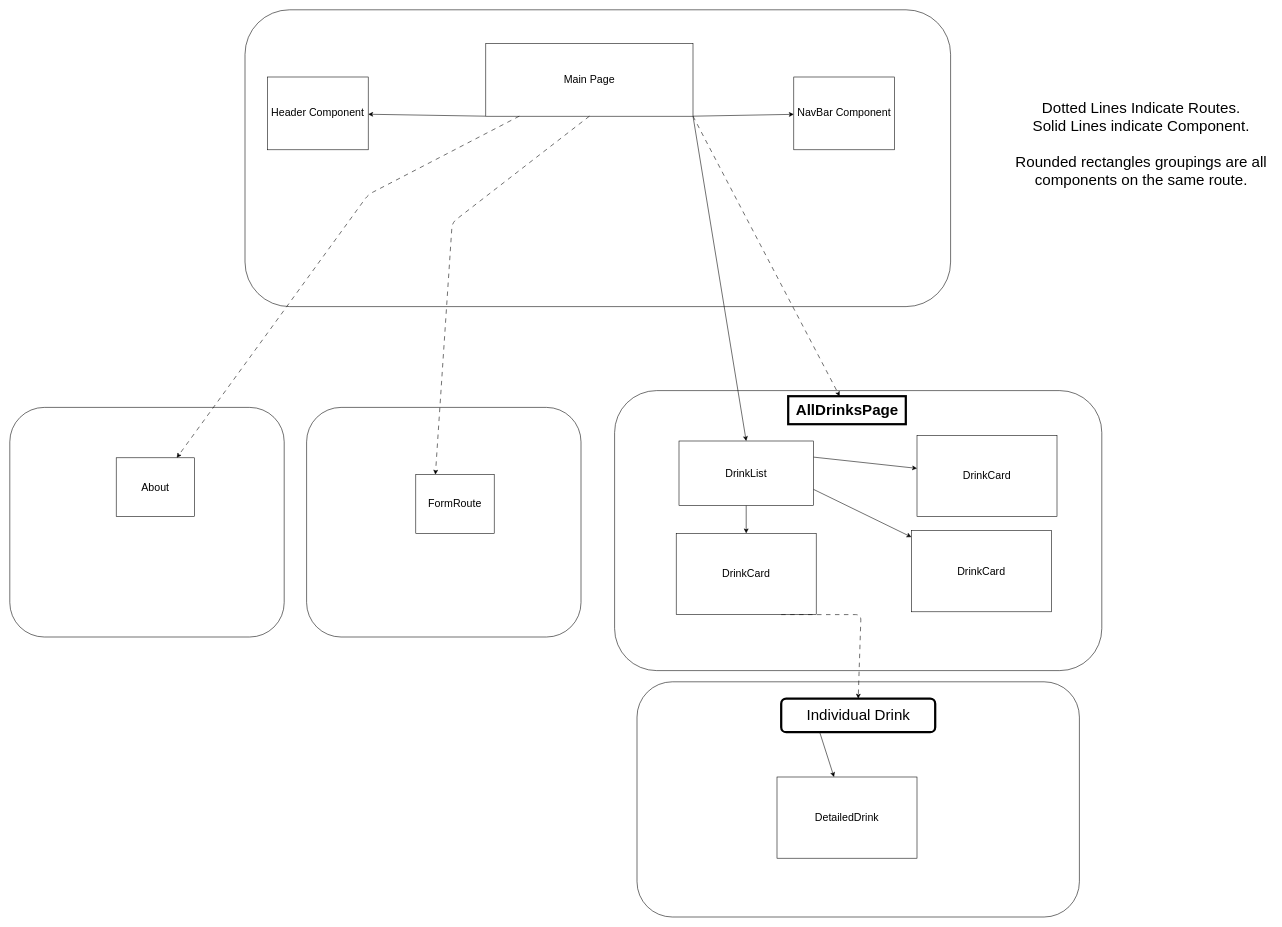
Earlier version of the draw.io diagram planning/tree.drawio (scmh001/react-hooks-phase-2-project). Source tidied: cells renumbered, new cells numbered last; positions are measured from the earlier drawing's top-left corner, leaving out a move shared by most shapes. Both pictures are drawn from the tidied source at 56%, with x=0, y=0 at pixel (10, 10).
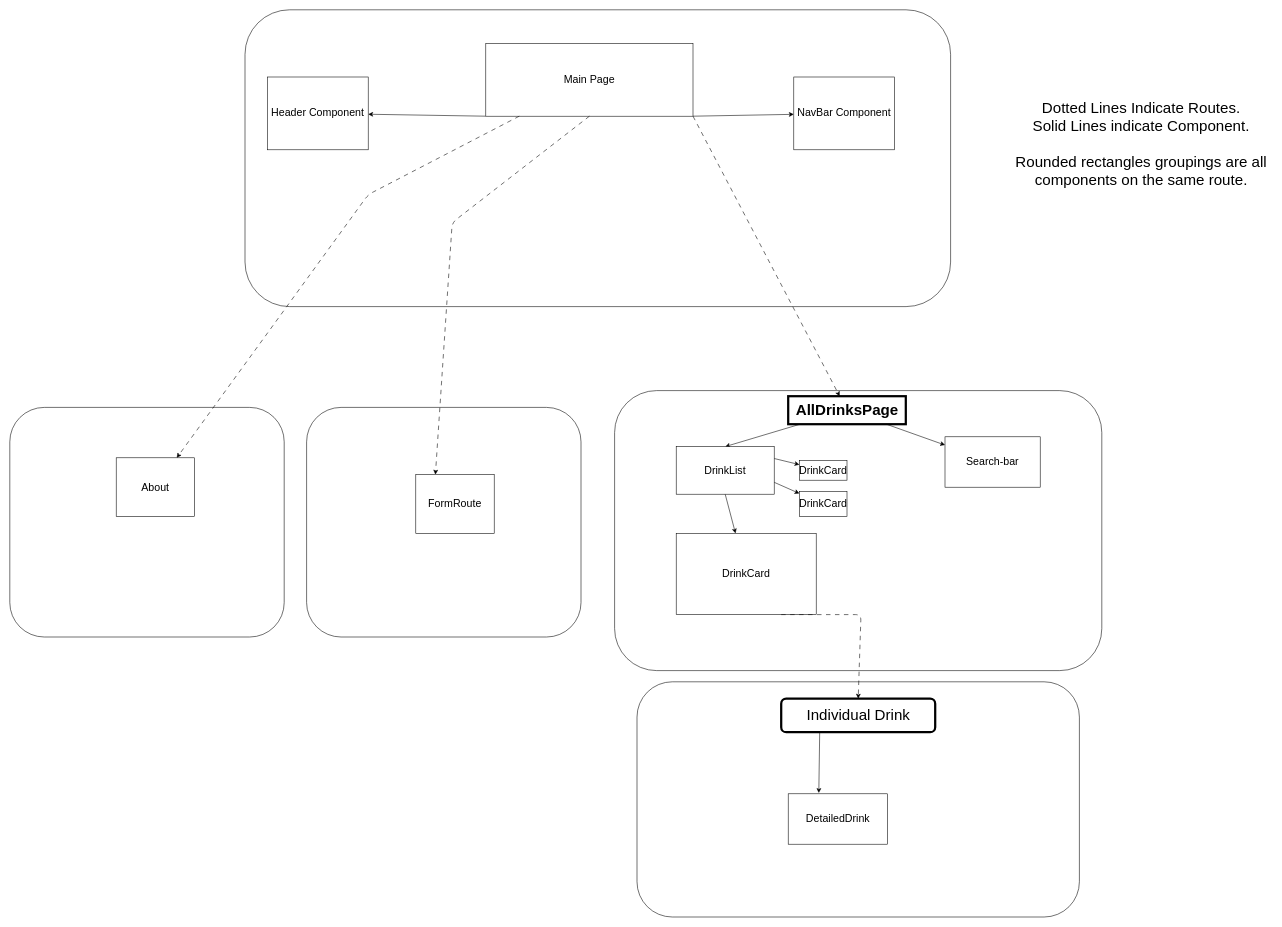
The same page after the edit.

The change refers to these unchanged cells:
```xml
<mxCell id="9" value="Main Page" style="whiteSpace=wrap;html=1;fontSize=19;" parent="1" vertex="1">
  <mxGeometry x="850" y="60" width="370" height="130" as="geometry" />
</mxCell>
<mxCell id="14" value="AllDrinksPage" style="text;html=1;align=center;verticalAlign=middle;points=[];strokeColor=default;fillColor=none;fontSize=27;fontStyle=1;strokeWidth=4;" parent="1" vertex="1">
  <mxGeometry x="1390" y="690" width="210" height="50" as="geometry" />
</mxCell>
<mxCell id="25" value="Individual Drink" style="rounded=1;whiteSpace=wrap;html=1;strokeColor=default;strokeWidth=4;fontSize=27;" parent="1" vertex="1">
  <mxGeometry x="1377.5" y="1230" width="275" height="60" as="geometry" />
</mxCell>
```

Diff of the diagram source:
```diff
@@
-    <mxCell id="6" style="edgeStyle=none;html=1;exitX=1;exitY=1;exitDx=0;exitDy=0;fontSize=27;entryX=0.5;entryY=0;entryDx=0;entryDy=0;" parent="1" edge="1" source="9" target="18">
+    <mxCell id="6" style="edgeStyle=none;html=1;fontSize=27;entryX=0.5;entryY=0;entryDx=0;entryDy=0;" parent="1" edge="1" source="14" target="18">
       <mxGeometry relative="1" as="geometry" />
     </mxCell>
@@
+    <mxCell id="17" style="edgeStyle=none;html=1;exitX=1;exitY=0.25;exitDx=0;exitDy=0;fontSize=27;" parent="1" edge="1" source="18" target="29">
+      <mxGeometry relative="1" as="geometry" />
+    </mxCell>
-    <mxCell id="16" style="edgeStyle=none;html=1;exitX=1;exitY=0.75;exitDx=0;exitDy=0;fontSize=27;" parent="1" edge="1" source="18" target="28">
+    <mxCell id="16" style="edgeStyle=none;html=1;exitX=1;exitY=0.75;exitDx=0;exitDy=0;" parent="1" edge="1" source="18" target="28">
       <mxGeometry relative="1" as="geometry" />
     </mxCell>
-    <mxCell id="17" style="edgeStyle=none;html=1;exitX=1;exitY=0.25;exitDx=0;exitDy=0;fontSize=27;" parent="1" edge="1" source="18" target="29">
-      <mxGeometry relative="1" as="geometry" />
-    </mxCell>
     <mxCell id="18" value="DrinkList" style="whiteSpace=wrap;html=1;fontSize=19;" parent="1" vertex="1">
-      <mxGeometry x="1195" y="770" width="240" height="115" as="geometry" />
+      <mxGeometry x="1190" y="780" width="175" height="85" as="geometry" />
     </mxCell>
@@
-    <mxCell id="24" style="edgeStyle=none;html=1;exitX=0.25;exitY=1;exitDx=0;exitDy=0;fontSize=27;" parent="1" edge="1" source="25" target="27">
+    <mxCell id="24" style="edgeStyle=none;html=1;exitX=0.25;exitY=1;exitDx=0;exitDy=0;fontSize=27;entryX=0.308;entryY=-0.016;entryDx=0;entryDy=0;entryPerimeter=0;" parent="1" edge="1" source="25" target="27">
       <mxGeometry relative="1" as="geometry" />
     </mxCell>
@@
     <mxCell id="27" value="DetailedDrink" style="whiteSpace=wrap;html=1;fontSize=19;" parent="1" vertex="1">
-      <mxGeometry x="1370" y="1370" width="250" height="145" as="geometry" />
+      <mxGeometry x="1390" y="1400" width="177.5" height="90" as="geometry" />
     </mxCell>
     <mxCell id="28" value="DrinkCard" style="whiteSpace=wrap;html=1;fontSize=19;" parent="1" vertex="1">
-      <mxGeometry x="1610" y="930" width="250" height="145" as="geometry" />
+      <mxGeometry x="1410" y="860" width="85" height="45" as="geometry" />
     </mxCell>
     <mxCell id="29" value="DrinkCard" style="whiteSpace=wrap;html=1;fontSize=19;" parent="1" vertex="1">
-      <mxGeometry x="1620" y="760" width="250" height="145" as="geometry" />
+      <mxGeometry x="1410" y="805" width="85" height="35" as="geometry" />
     </mxCell>
@@
+    <mxCell id="31" value="Search-bar" style="whiteSpace=wrap;html=1;fontSize=19;" parent="1" vertex="1">
+      <mxGeometry x="1670" y="762.5" width="170" height="90" as="geometry" />
+    </mxCell>
+    <mxCell id="32" style="endArrow=classic;html=1;" parent="1" edge="1" source="14" target="31">
+      <mxGeometry relative="1" as="geometry" />
+    </mxCell>
```
